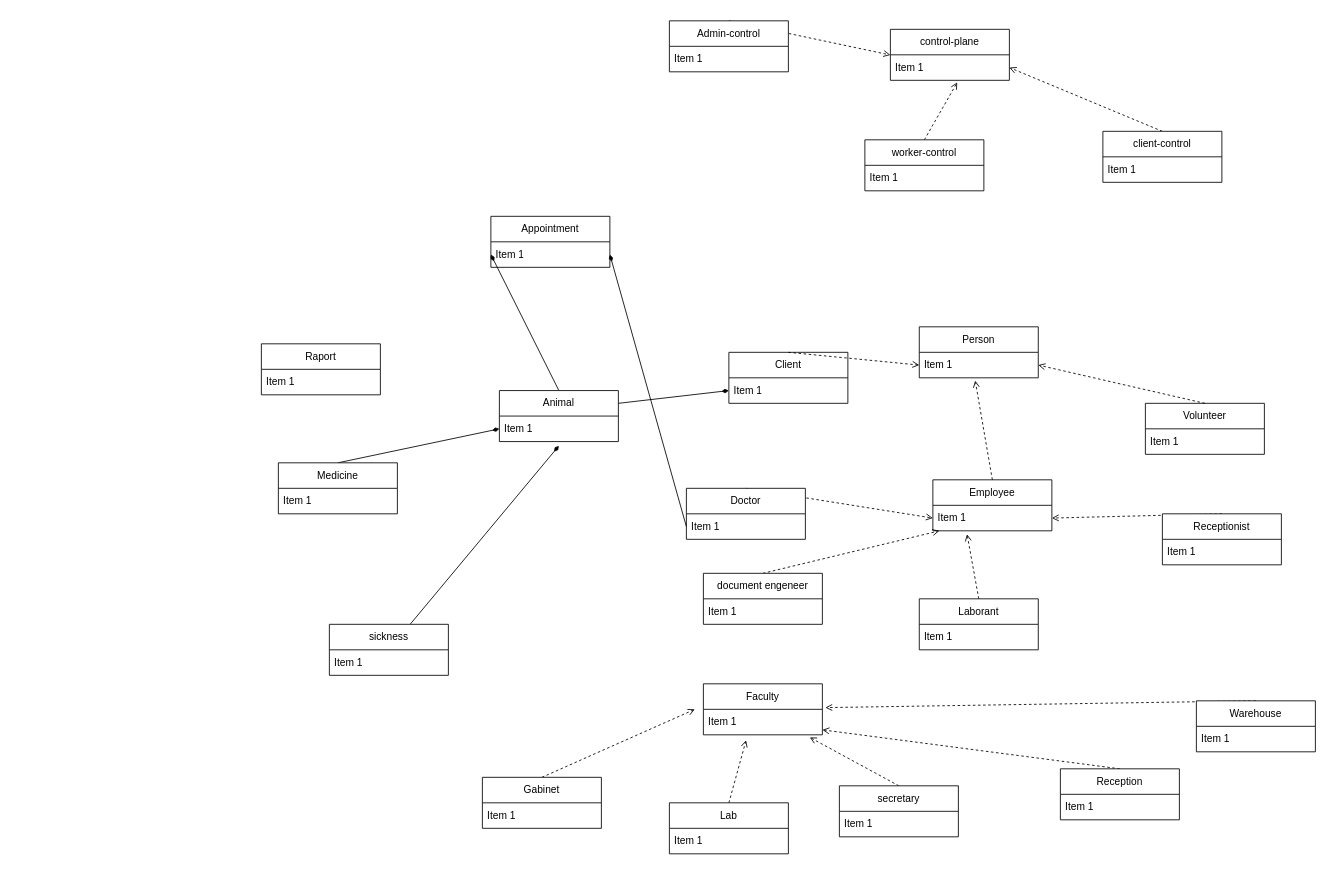
Above: diagram.drawio in MarekMichali/vet-clinic (draw.io), before the change. Source tidied: cells renumbered, new cells numbered last; positions are measured from the earlier drawing's top-left corner, leaving out a move shared by most shapes. Both pictures are drawn from the tidied source at 85%, with x=0, y=0 at pixel (261, 20).
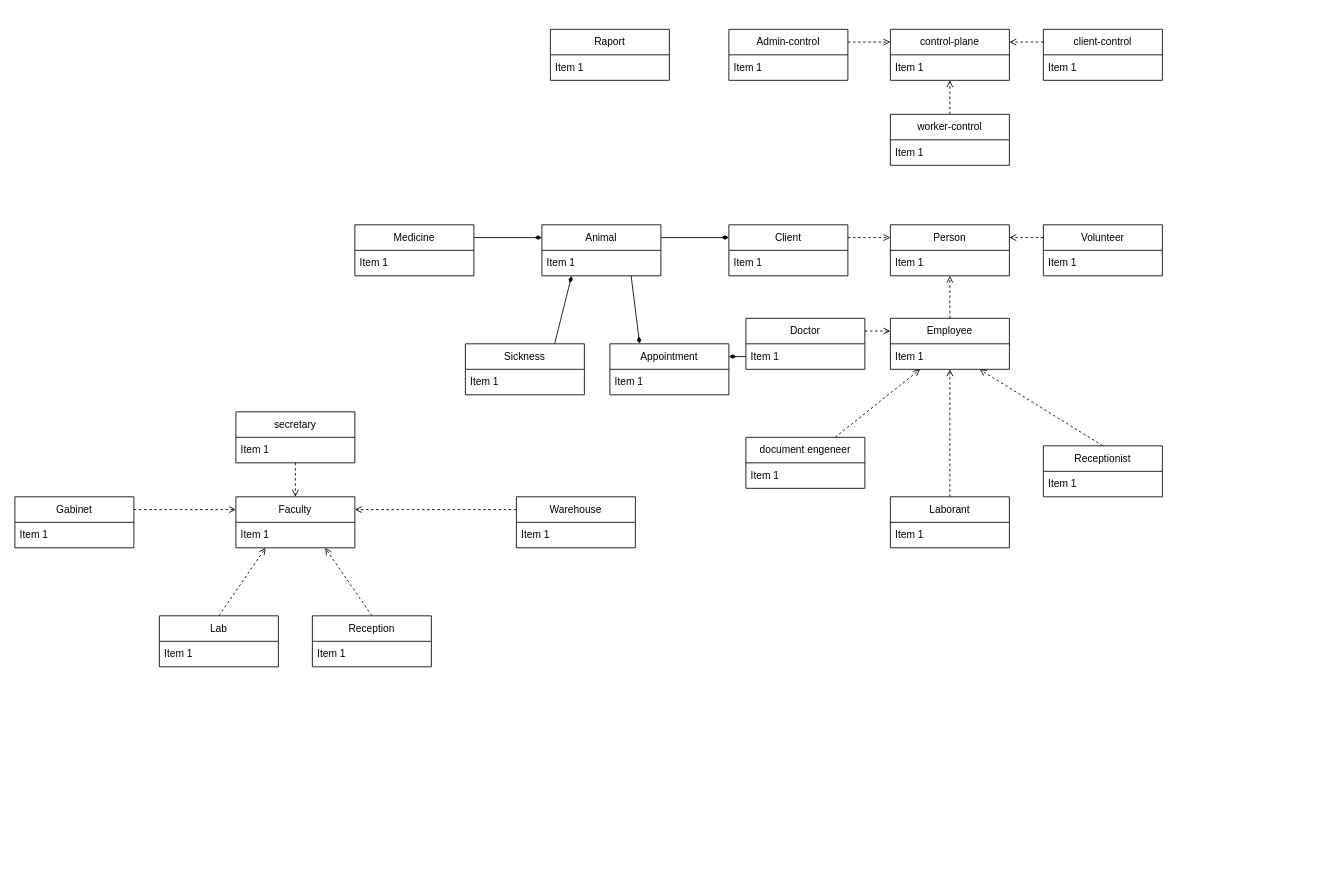
The same page after the edit.

Commit message (it also covers changes not shown here):
changed stylization of the diagrams

Unchanged cells that the change refers to:
```xml
<mxCell id="3" value="Item 1" style="text;strokeColor=none;fillColor=none;align=left;verticalAlign=middle;spacingLeft=4;spacingRight=4;overflow=hidden;points=[[0,0.5],[1,0.5]];portConstraint=eastwest;whiteSpace=wrap;html=1;" parent="2" vertex="1">
  <mxGeometry y="30" width="140" height="30" as="geometry" />
</mxCell>
<mxCell id="5" value="Item 1" style="text;strokeColor=none;fillColor=none;align=left;verticalAlign=middle;spacingLeft=4;spacingRight=4;overflow=hidden;points=[[0,0.5],[1,0.5]];portConstraint=eastwest;whiteSpace=wrap;html=1;" parent="4" vertex="1">
  <mxGeometry y="30" width="140" height="30" as="geometry" />
</mxCell>
<mxCell id="8" value="Item 1" style="text;strokeColor=none;fillColor=none;align=left;verticalAlign=middle;spacingLeft=4;spacingRight=4;overflow=hidden;points=[[0,0.5],[1,0.5]];portConstraint=eastwest;whiteSpace=wrap;html=1;" parent="7" vertex="1">
  <mxGeometry y="30" width="140" height="30" as="geometry" />
</mxCell>
<mxCell id="15" value="Item 1" style="text;strokeColor=none;fillColor=none;align=left;verticalAlign=middle;spacingLeft=4;spacingRight=4;overflow=hidden;points=[[0,0.5],[1,0.5]];portConstraint=eastwest;whiteSpace=wrap;html=1;" parent="14" vertex="1">
  <mxGeometry y="30" width="140" height="30" as="geometry" />
</mxCell>
<mxCell id="26" value="Item 1" style="text;strokeColor=none;fillColor=none;align=left;verticalAlign=middle;spacingLeft=4;spacingRight=4;overflow=hidden;points=[[0,0.5],[1,0.5]];portConstraint=eastwest;whiteSpace=wrap;html=1;" parent="25" vertex="1">
  <mxGeometry y="30" width="140" height="30" as="geometry" />
</mxCell>
<mxCell id="50" value="Item 1" style="text;strokeColor=none;fillColor=none;align=left;verticalAlign=middle;spacingLeft=4;spacingRight=4;overflow=hidden;points=[[0,0.5],[1,0.5]];portConstraint=eastwest;whiteSpace=wrap;html=1;" parent="49" vertex="1">
  <mxGeometry y="30" width="140" height="30" as="geometry" />
</mxCell>
<mxCell id="55" value="Item 1" style="text;strokeColor=none;fillColor=none;align=left;verticalAlign=middle;spacingLeft=4;spacingRight=4;overflow=hidden;points=[[0,0.5],[1,0.5]];portConstraint=eastwest;whiteSpace=wrap;html=1;" parent="54" vertex="1">
  <mxGeometry y="30" width="140" height="30" as="geometry" />
</mxCell>
<mxCell id="57" value="control-plane" style="swimlane;fontStyle=0;horizontal=1;startSize=30;whiteSpace=wrap;html=1;" parent="1" vertex="1">
  <mxGeometry x="740" y="10" width="140" height="60" as="geometry" />
</mxCell>
<mxCell id="58" value="Item 1" style="text;strokeColor=none;fillColor=none;align=left;verticalAlign=middle;spacingLeft=4;spacingRight=4;overflow=hidden;points=[[0,0.5],[1,0.5]];portConstraint=eastwest;whiteSpace=wrap;html=1;" parent="57" vertex="1">
  <mxGeometry y="30" width="140" height="30" as="geometry" />
</mxCell>
```

The edit, as a diff of the source:
```diff
@@
     <mxCell id="2" value="Person" style="swimlane;fontStyle=0;horizontal=1;startSize=30;whiteSpace=wrap;html=1;" parent="1" vertex="1">
-      <mxGeometry x="774" y="360" width="140" height="60" as="geometry" />
+      <mxGeometry x="740" y="240" width="140" height="60" as="geometry" />
     </mxCell>
@@
     <mxCell id="4" value="Client" style="swimlane;fontStyle=0;horizontal=1;startSize=30;whiteSpace=wrap;html=1;" parent="1" vertex="1">
-      <mxGeometry x="550" y="390" width="140" height="60" as="geometry" />
+      <mxGeometry x="550" y="240" width="140" height="60" as="geometry" />
     </mxCell>
@@
-    <mxCell id="6" style="endArrow=open;html=1;exitX=0.5;exitY=0;exitDx=0;exitDy=0;endFill=0;dashed=1;entryX=0;entryY=0.5;entryDx=0;entryDy=0;" parent="1" edge="1" source="4" target="3">
+    <mxCell id="6" style="endArrow=open;html=1;exitX=1;exitY=0.25;exitDx=0;exitDy=0;endFill=0;dashed=1;entryX=0;entryY=0.25;entryDx=0;entryDy=0;" parent="1" edge="1" source="4" target="2">
       <mxGeometry relative="1" as="geometry" />
     </mxCell>
     <mxCell id="7" value="Employee" style="swimlane;fontStyle=0;horizontal=1;startSize=30;whiteSpace=wrap;html=1;" parent="1" vertex="1">
-      <mxGeometry x="790" y="540" width="140" height="60" as="geometry" />
+      <mxGeometry x="740" y="350" width="140" height="60" as="geometry" />
     </mxCell>
@@
-    <mxCell id="9" style="endArrow=open;html=1;exitX=0.5;exitY=0;exitDx=0;exitDy=0;endFill=0;dashed=1;entryX=0.47;entryY=1.107;entryDx=0;entryDy=0;entryPerimeter=0;" parent="1" edge="1" source="7" target="3">
+    <mxCell id="9" style="endArrow=open;html=1;exitX=0.5;exitY=0;exitDx=0;exitDy=0;endFill=0;dashed=1;entryX=0.5;entryY=1;entryDx=0;entryDy=0;" parent="1" edge="1" source="7" target="2">
       <mxGeometry relative="1" as="geometry" />
     </mxCell>
     <mxCell id="10" value="Volunteer" style="swimlane;fontStyle=0;horizontal=1;startSize=30;whiteSpace=wrap;html=1;" parent="1" vertex="1">
-      <mxGeometry x="1040" y="450" width="140" height="60" as="geometry" />
+      <mxGeometry x="920" y="240" width="140" height="60" as="geometry" />
     </mxCell>
@@
-    <mxCell id="12" style="endArrow=open;html=1;exitX=0.5;exitY=0;exitDx=0;exitDy=0;endFill=0;dashed=1;entryX=1;entryY=0.5;entryDx=0;entryDy=0;" parent="1" edge="1" source="10" target="3">
+    <mxCell id="12" style="endArrow=open;html=1;exitX=0;exitY=0.25;exitDx=0;exitDy=0;endFill=0;dashed=1;entryX=1;entryY=0.25;entryDx=0;entryDy=0;" parent="1" edge="1" source="10" target="2">
       <mxGeometry relative="1" as="geometry" />
     </mxCell>
-    <mxCell id="13" style="edgeStyle=none;html=1;exitX=0.5;exitY=0;exitDx=0;exitDy=0;entryX=0;entryY=0.5;entryDx=0;entryDy=0;dashed=1;endArrow=open;endFill=0;" parent="1" edge="1" source="14" target="8">
+    <mxCell id="13" style="edgeStyle=none;html=1;exitX=1;exitY=0.25;exitDx=0;exitDy=0;entryX=0;entryY=0.25;entryDx=0;entryDy=0;dashed=1;endArrow=open;endFill=0;" parent="1" edge="1" source="14" target="7">
       <mxGeometry relative="1" as="geometry" />
     </mxCell>
     <mxCell id="14" value="Doctor" style="swimlane;fontStyle=0;horizontal=1;startSize=30;whiteSpace=wrap;html=1;" parent="1" vertex="1">
-      <mxGeometry x="500" y="550" width="140" height="60" as="geometry" />
+      <mxGeometry x="570" y="350" width="140" height="60" as="geometry" />
     </mxCell>
@@
-    <mxCell id="16" style="edgeStyle=none;html=1;exitX=0.5;exitY=0;exitDx=0;exitDy=0;dashed=1;endArrow=open;endFill=0;" parent="1" edge="1" source="17" target="8">
+    <mxCell id="16" style="edgeStyle=none;html=1;exitX=0.75;exitY=0;exitDx=0;exitDy=0;dashed=1;endArrow=open;endFill=0;entryX=0.25;entryY=1;entryDx=0;entryDy=0;" parent="1" edge="1" source="17" target="7">
       <mxGeometry relative="1" as="geometry" />
     </mxCell>
     <mxCell id="17" value="document engeneer" style="swimlane;fontStyle=0;horizontal=1;startSize=30;whiteSpace=wrap;html=1;" parent="1" vertex="1">
-      <mxGeometry x="520" y="650" width="140" height="60" as="geometry" />
+      <mxGeometry x="570" y="490" width="140" height="60" as="geometry" />
     </mxCell>
@@
-    <mxCell id="19" style="edgeStyle=none;html=1;exitX=0.5;exitY=0;exitDx=0;exitDy=0;entryX=1;entryY=0.5;entryDx=0;entryDy=0;dashed=1;endArrow=open;endFill=0;" parent="1" edge="1" source="20" target="8">
+    <mxCell id="19" style="edgeStyle=none;html=1;exitX=0.5;exitY=0;exitDx=0;exitDy=0;entryX=0.75;entryY=1;entryDx=0;entryDy=0;dashed=1;endArrow=open;endFill=0;" parent="1" edge="1" source="20" target="7">
       <mxGeometry relative="1" as="geometry" />
     </mxCell>
     <mxCell id="20" value="Receptionist" style="swimlane;fontStyle=0;horizontal=1;startSize=30;whiteSpace=wrap;html=1;" parent="1" vertex="1">
-      <mxGeometry x="1060" y="580" width="140" height="60" as="geometry" />
+      <mxGeometry x="920" y="500" width="140" height="60" as="geometry" />
     </mxCell>
@@
-    <mxCell id="22" style="edgeStyle=none;html=1;exitX=0.5;exitY=0;exitDx=0;exitDy=0;entryX=0.287;entryY=1.132;entryDx=0;entryDy=0;entryPerimeter=0;dashed=1;endArrow=open;endFill=0;" parent="1" edge="1" source="23" target="8">
+    <mxCell id="22" style="edgeStyle=none;html=1;exitX=0.5;exitY=0;exitDx=0;exitDy=0;dashed=1;endArrow=open;endFill=0;entryX=0.5;entryY=1;entryDx=0;entryDy=0;" parent="1" edge="1" source="23" target="7">
       <mxGeometry relative="1" as="geometry" />
     </mxCell>
     <mxCell id="23" value="Laborant" style="swimlane;fontStyle=0;horizontal=1;startSize=30;whiteSpace=wrap;html=1;" parent="1" vertex="1">
-      <mxGeometry x="774" y="680" width="140" height="60" as="geometry" />
+      <mxGeometry x="740" y="560" width="140" height="60" as="geometry" />
     </mxCell>
@@
     <mxCell id="25" value="Faculty" style="swimlane;fontStyle=0;horizontal=1;startSize=30;whiteSpace=wrap;html=1;" parent="1" vertex="1">
-      <mxGeometry x="520" y="780" width="140" height="60" as="geometry" />
+      <mxGeometry x="-30" y="560" width="140" height="60" as="geometry" />
     </mxCell>
@@
-    <mxCell id="27" style="edgeStyle=none;html=1;exitX=0.5;exitY=0;exitDx=0;exitDy=0;entryX=0.894;entryY=1.099;entryDx=0;entryDy=0;entryPerimeter=0;dashed=1;endArrow=open;endFill=0;" parent="1" edge="1" source="28" target="26">
+    <mxCell id="27" style="edgeStyle=none;html=1;dashed=1;endArrow=open;endFill=0;exitX=0.5;exitY=1;exitDx=0;exitDy=0;entryX=0.5;entryY=0;entryDx=0;entryDy=0;" parent="1" edge="1" source="28" target="25">
       <mxGeometry relative="1" as="geometry" />
     </mxCell>
     <mxCell id="28" value="secretary" style="swimlane;fontStyle=0;horizontal=1;startSize=30;whiteSpace=wrap;html=1;" parent="1" vertex="1">
-      <mxGeometry x="680" y="900" width="140" height="60" as="geometry" />
+      <mxGeometry x="-30" y="460" width="140" height="60" as="geometry" />
     </mxCell>
@@
-    <mxCell id="30" style="edgeStyle=none;html=1;exitX=0.5;exitY=0;exitDx=0;exitDy=0;dashed=1;endArrow=open;endFill=0;" parent="1" edge="1" source="31" target="26">
+    <mxCell id="30" style="edgeStyle=none;html=1;exitX=0.5;exitY=0;exitDx=0;exitDy=0;dashed=1;endArrow=open;endFill=0;entryX=0.75;entryY=1;entryDx=0;entryDy=0;" parent="1" edge="1" source="31" target="25">
       <mxGeometry relative="1" as="geometry" />
     </mxCell>
     <mxCell id="31" value="Reception" style="swimlane;fontStyle=0;horizontal=1;startSize=30;whiteSpace=wrap;html=1;" parent="1" vertex="1">
-      <mxGeometry x="940" y="880" width="140" height="60" as="geometry" />
+      <mxGeometry x="60" y="700" width="140" height="60" as="geometry" />
     </mxCell>
@@
-    <mxCell id="33" style="edgeStyle=none;html=1;exitX=0.5;exitY=0;exitDx=0;exitDy=0;entryX=0.359;entryY=1.21;entryDx=0;entryDy=0;entryPerimeter=0;dashed=1;endArrow=open;endFill=0;" parent="1" edge="1" source="34" target="26">
+    <mxCell id="33" style="edgeStyle=none;html=1;exitX=0.5;exitY=0;exitDx=0;exitDy=0;entryX=0.25;entryY=1;entryDx=0;entryDy=0;dashed=1;endArrow=open;endFill=0;" parent="1" edge="1" source="34" target="25">
       <mxGeometry relative="1" as="geometry" />
     </mxCell>
     <mxCell id="34" value="Lab" style="swimlane;fontStyle=0;horizontal=1;startSize=30;whiteSpace=wrap;html=1;" parent="1" vertex="1">
-      <mxGeometry x="480" y="920" width="140" height="60" as="geometry" />
+      <mxGeometry x="-120" y="700" width="140" height="60" as="geometry" />
     </mxCell>
@@
-    <mxCell id="36" style="edgeStyle=none;html=1;exitX=0.5;exitY=0;exitDx=0;exitDy=0;entryX=1.025;entryY=-0.067;entryDx=0;entryDy=0;entryPerimeter=0;dashed=1;endArrow=open;endFill=0;" parent="1" edge="1" source="37" target="26">
+    <mxCell id="36" style="edgeStyle=none;html=1;exitX=0;exitY=0.25;exitDx=0;exitDy=0;entryX=1;entryY=0.25;entryDx=0;entryDy=0;dashed=1;endArrow=open;endFill=0;" parent="1" edge="1" source="37" target="25">
       <mxGeometry relative="1" as="geometry" />
     </mxCell>
     <mxCell id="37" value="Warehouse" style="swimlane;fontStyle=0;horizontal=1;startSize=30;whiteSpace=wrap;html=1;" parent="1" vertex="1">
-      <mxGeometry x="1100" y="800" width="140" height="60" as="geometry" />
+      <mxGeometry x="300" y="560" width="140" height="60" as="geometry" />
     </mxCell>
@@
-    <mxCell id="39" style="edgeStyle=none;html=1;exitX=0.5;exitY=0;exitDx=0;exitDy=0;dashed=1;endArrow=open;endFill=0;" parent="1" edge="1" source="40">
-      <mxGeometry relative="1" as="geometry">
-        <mxPoint x="510" y="810" as="targetPoint" />
-      </mxGeometry>
+    <mxCell id="39" style="edgeStyle=none;html=1;exitX=1;exitY=0.25;exitDx=0;exitDy=0;dashed=1;endArrow=open;endFill=0;entryX=0;entryY=0.25;entryDx=0;entryDy=0;" parent="1" edge="1" source="40" target="25">
+      <mxGeometry relative="1" as="geometry" />
     </mxCell>
     <mxCell id="40" value="Gabinet" style="swimlane;fontStyle=0;horizontal=1;startSize=30;whiteSpace=wrap;html=1;" parent="1" vertex="1">
-      <mxGeometry x="260" y="890" width="140" height="60" as="geometry" />
+      <mxGeometry x="-290" y="560" width="140" height="60" as="geometry" />
     </mxCell>
@@
     <mxCell id="42" value="Raport" style="swimlane;fontStyle=0;horizontal=1;startSize=30;whiteSpace=wrap;html=1;" parent="1" vertex="1">
-      <mxGeometry y="380" width="140" height="60" as="geometry" />
+      <mxGeometry x="340" y="10" width="140" height="60" as="geometry" />
     </mxCell>
@@
-    <mxCell id="44" style="edgeStyle=none;html=1;endArrow=diamondThin;endFill=1;" parent="1" edge="1" source="45">
-      <mxGeometry relative="1" as="geometry">
-        <mxPoint x="350" y="500" as="targetPoint" />
-      </mxGeometry>
+    <mxCell id="44" style="edgeStyle=none;html=1;endArrow=diamondThin;endFill=1;entryX=0.25;entryY=1;entryDx=0;entryDy=0;exitX=0.75;exitY=0;exitDx=0;exitDy=0;" parent="1" edge="1" source="45" target="49">
+      <mxGeometry relative="1" as="geometry" />
     </mxCell>
-    <mxCell id="45" value="sickness" style="swimlane;fontStyle=0;horizontal=1;startSize=30;whiteSpace=wrap;html=1;" parent="1" vertex="1">
-      <mxGeometry x="80" y="710" width="140" height="60" as="geometry" />
+    <mxCell id="45" value="Sickness" style="swimlane;fontStyle=0;horizontal=1;startSize=30;whiteSpace=wrap;html=1;" parent="1" vertex="1">
+      <mxGeometry x="240" y="380" width="140" height="60" as="geometry" />
     </mxCell>
@@
-    <mxCell id="47" style="edgeStyle=none;html=1;exitX=1;exitY=0.25;exitDx=0;exitDy=0;entryX=0;entryY=0.5;entryDx=0;entryDy=0;endArrow=diamondThin;endFill=1;" parent="1" edge="1" source="49" target="5">
+    <mxCell id="47" style="edgeStyle=none;html=1;exitX=1;exitY=0.25;exitDx=0;exitDy=0;entryX=0;entryY=0.25;entryDx=0;entryDy=0;endArrow=diamondThin;endFill=1;" parent="1" edge="1" source="49" target="4">
       <mxGeometry relative="1" as="geometry" />
     </mxCell>
-    <mxCell id="48" style="edgeStyle=none;html=1;exitX=0.5;exitY=0;exitDx=0;exitDy=0;entryX=0;entryY=0.5;entryDx=0;entryDy=0;endArrow=diamondThin;endFill=1;" parent="1" edge="1" source="49" target="55">
+    <mxCell id="48" style="edgeStyle=none;html=1;entryX=0.25;entryY=0;entryDx=0;entryDy=0;endArrow=diamondThin;endFill=1;exitX=0.75;exitY=1;exitDx=0;exitDy=0;" parent="1" edge="1" source="49" target="54">
       <mxGeometry relative="1" as="geometry" />
     </mxCell>
     <mxCell id="49" value="Animal" style="swimlane;fontStyle=0;horizontal=1;startSize=30;whiteSpace=wrap;html=1;" parent="1" vertex="1">
-      <mxGeometry x="280" y="435" width="140" height="60" as="geometry" />
+      <mxGeometry x="330" y="240" width="140" height="60" as="geometry" />
     </mxCell>
@@
-    <mxCell id="51" style="edgeStyle=none;html=1;exitX=0.5;exitY=0;exitDx=0;exitDy=0;entryX=0;entryY=0.5;entryDx=0;entryDy=0;endArrow=diamondThin;endFill=1;" parent="1" edge="1" source="52" target="50">
+    <mxCell id="51" style="edgeStyle=none;html=1;exitX=1;exitY=0.25;exitDx=0;exitDy=0;entryX=0;entryY=0.25;entryDx=0;entryDy=0;endArrow=diamondThin;endFill=1;" parent="1" edge="1" source="52" target="49">
       <mxGeometry relative="1" as="geometry" />
     </mxCell>
     <mxCell id="52" value="Medicine" style="swimlane;fontStyle=0;horizontal=1;startSize=30;whiteSpace=wrap;html=1;" parent="1" vertex="1">
-      <mxGeometry x="20" y="520" width="140" height="60" as="geometry" />
+      <mxGeometry x="110" y="240" width="140" height="60" as="geometry" />
     </mxCell>
@@
     <mxCell id="54" value="Appointment" style="swimlane;fontStyle=0;horizontal=1;startSize=30;whiteSpace=wrap;html=1;" parent="1" vertex="1">
-      <mxGeometry x="270" y="230" width="140" height="60" as="geometry" />
+      <mxGeometry x="410" y="380" width="140" height="60" as="geometry" />
     </mxCell>
@@
-    <mxCell id="56" style="edgeStyle=none;html=1;exitX=0;exitY=0.5;exitDx=0;exitDy=0;entryX=1;entryY=0.5;entryDx=0;entryDy=0;endArrow=diamondThin;endFill=1;" parent="1" edge="1" source="15" target="55">
+    <mxCell id="56" style="edgeStyle=none;html=1;exitX=0;exitY=0.75;exitDx=0;exitDy=0;entryX=1;entryY=0.25;entryDx=0;entryDy=0;endArrow=diamondThin;endFill=1;" parent="1" edge="1" source="14" target="54">
       <mxGeometry relative="1" as="geometry" />
     </mxCell>
@@
-    <mxCell id="59" style="edgeStyle=none;html=1;exitX=0.5;exitY=0;exitDx=0;exitDy=0;endArrow=open;endFill=0;dashed=1;" parent="1" edge="1" source="60" target="58">
+    <mxCell id="59" style="edgeStyle=none;html=1;exitX=1;exitY=0.25;exitDx=0;exitDy=0;endArrow=open;endFill=0;dashed=1;entryX=0;entryY=0.25;entryDx=0;entryDy=0;" parent="1" edge="1" source="60" target="57">
       <mxGeometry relative="1" as="geometry" />
     </mxCell>
     <mxCell id="60" value="Admin-control" style="swimlane;fontStyle=0;horizontal=1;startSize=30;whiteSpace=wrap;html=1;" parent="1" vertex="1">
-      <mxGeometry x="480" width="140" height="60" as="geometry" />
+      <mxGeometry x="550" y="10" width="140" height="60" as="geometry" />
     </mxCell>
@@
-    <mxCell id="62" style="edgeStyle=none;html=1;exitX=0.5;exitY=0;exitDx=0;exitDy=0;entryX=0.562;entryY=1.08;entryDx=0;entryDy=0;entryPerimeter=0;dashed=1;endArrow=open;endFill=0;" parent="1" edge="1" source="63" target="58">
+    <mxCell id="62" style="edgeStyle=none;html=1;exitX=0.5;exitY=0;exitDx=0;exitDy=0;dashed=1;endArrow=open;endFill=0;entryX=0.5;entryY=1;entryDx=0;entryDy=0;" parent="1" edge="1" source="63" target="57">
       <mxGeometry relative="1" as="geometry" />
     </mxCell>
     <mxCell id="63" value="worker-control" style="swimlane;fontStyle=0;horizontal=1;startSize=30;whiteSpace=wrap;html=1;" parent="1" vertex="1">
-      <mxGeometry x="710" y="140" width="140" height="60" as="geometry" />
+      <mxGeometry x="740" y="110" width="140" height="60" as="geometry" />
     </mxCell>
@@
-    <mxCell id="65" style="edgeStyle=none;html=1;exitX=0.5;exitY=0;exitDx=0;exitDy=0;entryX=1;entryY=0.5;entryDx=0;entryDy=0;dashed=1;endArrow=open;endFill=0;" parent="1" edge="1" source="66" target="58">
+    <mxCell id="65" style="edgeStyle=none;html=1;exitX=0;exitY=0.25;exitDx=0;exitDy=0;entryX=1;entryY=0.25;entryDx=0;entryDy=0;dashed=1;endArrow=open;endFill=0;" parent="1" edge="1" source="66" target="57">
       <mxGeometry relative="1" as="geometry" />
     </mxCell>
     <mxCell id="66" value="client-control" style="swimlane;fontStyle=0;horizontal=1;startSize=30;whiteSpace=wrap;html=1;" parent="1" vertex="1">
-      <mxGeometry x="990" y="130" width="140" height="60" as="geometry" />
+      <mxGeometry x="920" y="10" width="140" height="60" as="geometry" />
     </mxCell>
```
